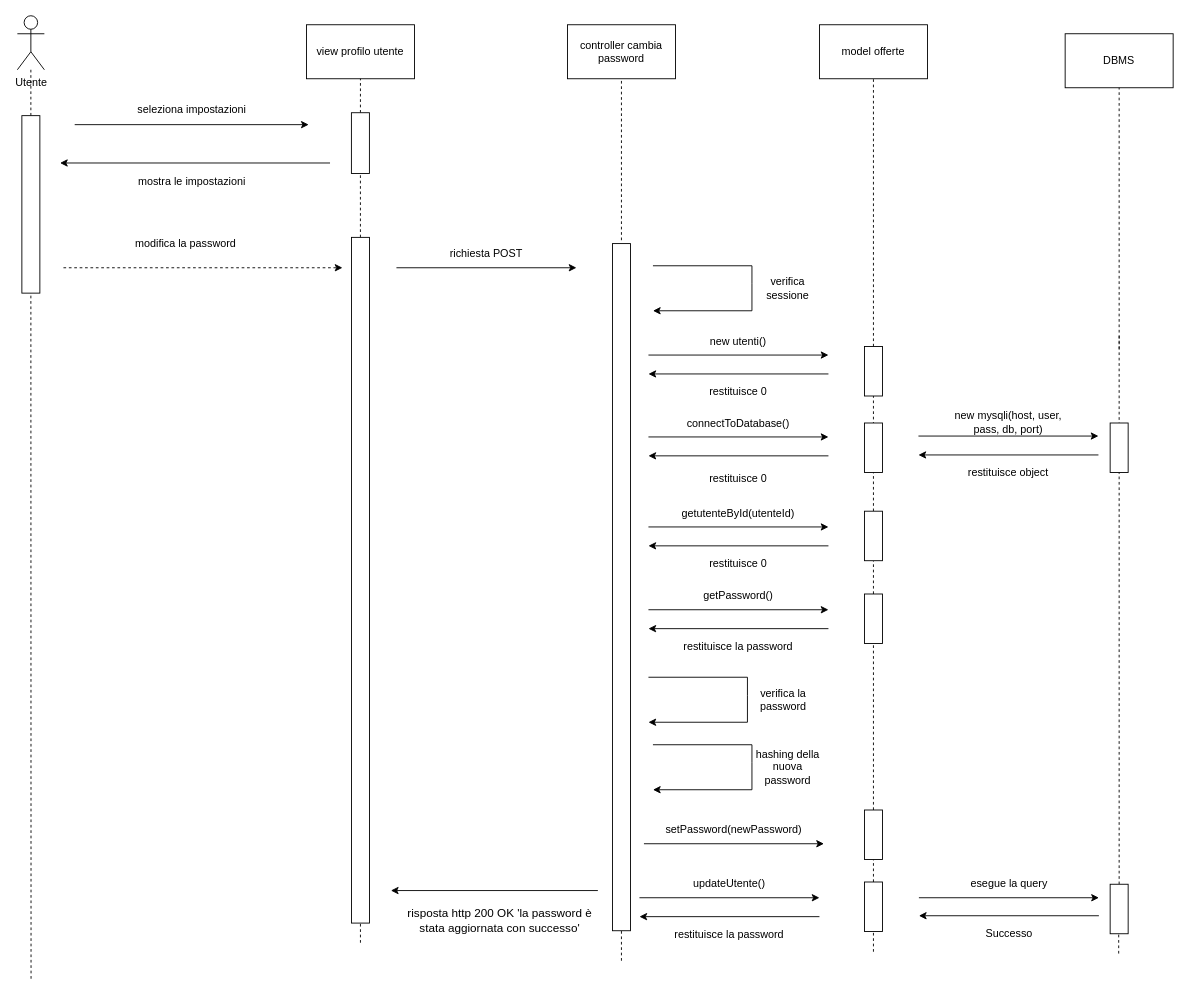
This is schemi/user/cambia password.drawio from Mute491/bitByte, a draw.io file, before an edit. Source tidied: cells renumbered, new cells numbered last; positions are measured from the earlier drawing's top-left corner, leaving out a move shared by most shapes. Both pictures are drawn from the tidied source at 90%, with x=0, y=0 at pixel (-58, 15).
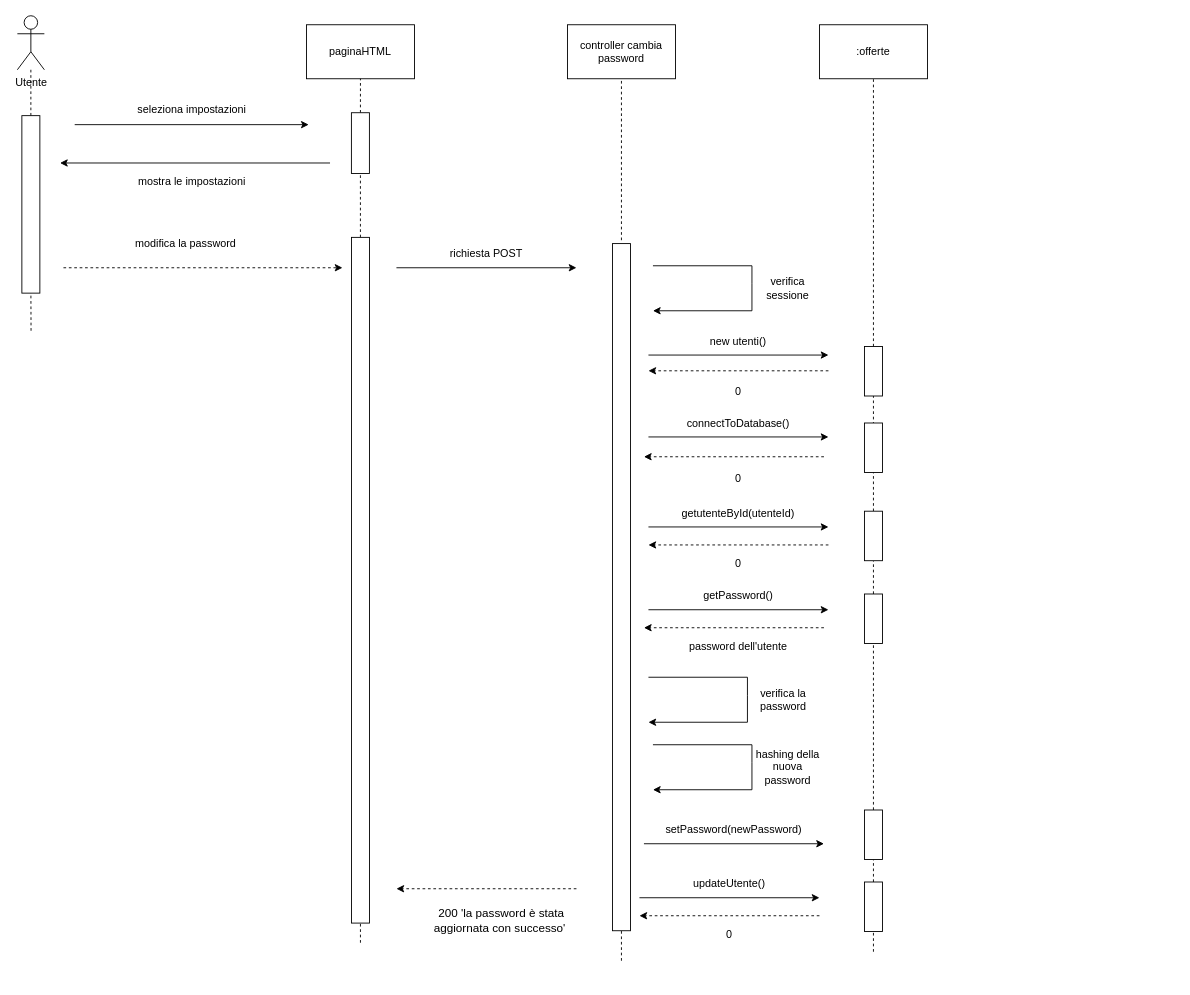
The same diagram, later.

Unchanged cells that the change refers to:
```xml
<mxCell id="30" style="rounded=0;whiteSpace=wrap;html=1;rotation=90;" parent="1" vertex="1">
  <mxGeometry x="0.2" y="199.6" width="197.2" height="20" as="geometry" />
</mxCell>
```

Change to the diagram source:
```diff
@@
-    <mxCell id="6" value="model offerte" style="rounded=0;whiteSpace=wrap;html=1;" parent="1" vertex="1">
+    <mxCell id="6" value=":offerte" style="rounded=0;whiteSpace=wrap;html=1;" parent="1" vertex="1">
       <mxGeometry x="975" y="10" width="120" height="60" as="geometry" />
     </mxCell>
@@
-    <mxCell id="12" style="endArrow=classic;html=1;rounded=0;" parent="1" edge="1">
-      <mxGeometry relative="1" as="geometry">
-        <mxPoint x="985" y="398" as="sourcePoint" />
-        <mxPoint x="785" y="398" as="targetPoint" />
-      </mxGeometry>
-    </mxCell>
-    <mxCell id="13" value="restituisce 0" style="text;html=1;align=center;verticalAlign=middle;whiteSpace=wrap;rounded=0;" parent="1" vertex="1">
+    <mxCell id="13" value="&lt;div&gt;&lt;span style=&quot;background-color: transparent; color: light-dark(rgb(0, 0, 0), rgb(255, 255, 255));&quot;&gt;0&lt;/span&gt;&lt;br&gt;&lt;/div&gt;" style="text;html=1;align=center;verticalAlign=middle;whiteSpace=wrap;rounded=0;" parent="1" vertex="1">
       <mxGeometry x="815" y="403" width="140" height="30" as="geometry" />
     </mxCell>
@@
-    <mxCell id="18" style="endArrow=classic;html=1;rounded=0;" parent="1" edge="1">
-      <mxGeometry relative="1" as="geometry">
-        <mxPoint x="985" y="489" as="sourcePoint" />
-        <mxPoint x="785" y="489" as="targetPoint" />
-      </mxGeometry>
-    </mxCell>
-    <mxCell id="19" value="restituisce 0" style="text;html=1;align=center;verticalAlign=middle;whiteSpace=wrap;rounded=0;" parent="1" vertex="1">
+    <mxCell id="19" value="0" style="text;html=1;align=center;verticalAlign=middle;whiteSpace=wrap;rounded=0;" parent="1" vertex="1">
       <mxGeometry x="815" y="500" width="140" height="30" as="geometry" />
     </mxCell>
@@
-    <mxCell id="23" style="endArrow=classic;html=1;rounded=0;" parent="1" edge="1">
-      <mxGeometry relative="1" as="geometry">
-        <mxPoint x="985" y="589" as="sourcePoint" />
-        <mxPoint x="785" y="589" as="targetPoint" />
-      </mxGeometry>
-    </mxCell>
-    <mxCell id="24" value="restituisce 0" style="text;html=1;align=center;verticalAlign=middle;whiteSpace=wrap;rounded=0;" parent="1" vertex="1">
+    <mxCell id="24" value="0" style="text;html=1;align=center;verticalAlign=middle;whiteSpace=wrap;rounded=0;" parent="1" vertex="1">
       <mxGeometry x="815" y="594" width="140" height="30" as="geometry" />
     </mxCell>
-    <mxCell id="25" value="view profilo utente" style="rounded=0;whiteSpace=wrap;html=1;" parent="1" vertex="1">
+    <mxCell id="25" value="paginaHTML" style="rounded=0;whiteSpace=wrap;html=1;" parent="1" vertex="1">
       <mxGeometry x="405" y="10" width="120" height="60" as="geometry" />
     </mxCell>
@@
     <mxCell id="29" style="endArrow=none;dashed=1;html=1;rounded=0;" parent="1" edge="1" target="30">
       <mxGeometry relative="1" as="geometry">
-        <mxPoint x="99" y="1070" as="sourcePoint" />
+        <mxPoint x="99" y="350" as="sourcePoint" />
         <Array as="points">
           <mxPoint x="98.8" y="301" />
         </Array>
       </mxGeometry>
     </mxCell>
@@
-    <mxCell id="44" style="endArrow=classic;html=1;rounded=0;" parent="1" edge="1">
-      <mxGeometry relative="1" as="geometry">
-        <mxPoint x="985" y="681" as="sourcePoint" />
-        <mxPoint x="785" y="681" as="targetPoint" />
-      </mxGeometry>
-    </mxCell>
-    <mxCell id="45" value="restituisce la password" style="text;html=1;align=center;verticalAlign=middle;whiteSpace=wrap;rounded=0;" parent="1" vertex="1">
+    <mxCell id="45" value="password dell'utente" style="text;html=1;align=center;verticalAlign=middle;whiteSpace=wrap;rounded=0;" parent="1" vertex="1">
       <mxGeometry x="815" y="686" width="140" height="30" as="geometry" />
     </mxCell>
@@
-    <mxCell id="55" style="endArrow=classic;html=1;rounded=0;" parent="1" edge="1">
-      <mxGeometry relative="1" as="geometry">
-        <mxPoint x="975" y="1001" as="sourcePoint" />
-        <mxPoint x="775" y="1001" as="targetPoint" />
-      </mxGeometry>
-    </mxCell>
-    <mxCell id="56" value="restituisce la password" style="text;html=1;align=center;verticalAlign=middle;whiteSpace=wrap;rounded=0;" parent="1" vertex="1">
+    <mxCell id="56" value="0" style="text;html=1;align=center;verticalAlign=middle;whiteSpace=wrap;rounded=0;" parent="1" vertex="1">
       <mxGeometry x="805" y="1006" width="140" height="30" as="geometry" />
     </mxCell>
@@
-    <mxCell id="61" style="endArrow=classic;html=1;rounded=0;" parent="1" edge="1">
-      <mxGeometry relative="1" as="geometry">
-        <mxPoint x="728.8" y="972" as="sourcePoint" />
-        <mxPoint x="498.8" y="972" as="targetPoint" />
-      </mxGeometry>
-    </mxCell>
-    <mxCell id="62" value="&lt;span style=&quot;font-size: 13px;&quot;&gt;risposta http 200 OK 'la password è stata aggiornata con successo'&lt;/span&gt;" style="text;html=1;align=center;verticalAlign=middle;whiteSpace=wrap;rounded=0;" parent="1" vertex="1">
+    <mxCell id="62" value="&lt;span style=&quot;font-size: 13px;&quot;&gt;&amp;nbsp;200 'la password è stata aggiornata con successo'&lt;/span&gt;" style="text;html=1;align=center;verticalAlign=middle;whiteSpace=wrap;rounded=0;" parent="1" vertex="1">
       <mxGeometry x="515" y="990" width="210" height="30" as="geometry" />
     </mxCell>
@@
-    <mxCell id="64" value="DBMS" style="rounded=0;whiteSpace=wrap;html=1;" parent="1" vertex="1">
-      <mxGeometry x="1248" y="20" width="120" height="60" as="geometry" />
-    </mxCell>
-    <mxCell id="65" style="endArrow=none;dashed=1;html=1;rounded=0;entryX=0.5;entryY=1;entryDx=0;entryDy=0;" parent="1" edge="1" target="64">
-      <mxGeometry relative="1" as="geometry">
-        <mxPoint x="1308" y="370" as="sourcePoint" />
-      </mxGeometry>
-    </mxCell>
-    <mxCell id="66" style="endArrow=none;dashed=1;html=1;rounded=0;" parent="1" edge="1" source="73">
-      <mxGeometry relative="1" as="geometry">
-        <mxPoint x="1308" y="353.5" as="targetPoint" />
-      </mxGeometry>
-    </mxCell>
-    <mxCell id="67" style="rounded=0;whiteSpace=wrap;html=1;rotation=90;" parent="1" vertex="1">
-      <mxGeometry x="1280.5" y="470" width="55" height="20" as="geometry" />
-    </mxCell>
-    <mxCell id="68" style="endArrow=classic;html=1;rounded=0;" parent="1" edge="1">
-      <mxGeometry relative="1" as="geometry">
-        <mxPoint x="1085" y="467" as="sourcePoint" />
-        <mxPoint x="1285" y="467" as="targetPoint" />
-      </mxGeometry>
-    </mxCell>
-    <mxCell id="69" value="new mysqli(host, user, pass, db, port)" style="text;html=1;align=center;verticalAlign=middle;whiteSpace=wrap;rounded=0;" parent="1" vertex="1">
-      <mxGeometry x="1115" y="437" width="140" height="30" as="geometry" />
-    </mxCell>
-    <mxCell id="70" style="endArrow=classic;html=1;rounded=0;" parent="1" edge="1">
-      <mxGeometry relative="1" as="geometry">
-        <mxPoint x="1285" y="488" as="sourcePoint" />
-        <mxPoint x="1085" y="488" as="targetPoint" />
-      </mxGeometry>
-    </mxCell>
-    <mxCell id="71" value="restituisce object" style="text;html=1;align=center;verticalAlign=middle;whiteSpace=wrap;rounded=0;" parent="1" vertex="1">
-      <mxGeometry x="1115" y="493" width="140" height="30" as="geometry" />
-    </mxCell>
-    <mxCell id="72" style="endArrow=none;dashed=1;html=1;rounded=0;" parent="1" edge="1" target="73">
-      <mxGeometry relative="1" as="geometry">
-        <mxPoint x="1308" y="970" as="sourcePoint" />
-      </mxGeometry>
-    </mxCell>
-    <mxCell id="73" style="rounded=0;whiteSpace=wrap;html=1;rotation=90;" parent="1" vertex="1">
-      <mxGeometry x="1280.5" y="982.5" width="55" height="20" as="geometry" />
-    </mxCell>
-    <mxCell id="74" style="endArrow=classic;html=1;rounded=0;" parent="1" edge="1">
-      <mxGeometry relative="1" as="geometry">
-        <mxPoint x="1085.5" y="980" as="sourcePoint" />
-        <mxPoint x="1285.5" y="980" as="targetPoint" />
-      </mxGeometry>
-    </mxCell>
-    <mxCell id="75" value="esegue la query" style="text;html=1;align=center;verticalAlign=middle;whiteSpace=wrap;rounded=0;" parent="1" vertex="1">
-      <mxGeometry x="1115.5" y="950" width="140" height="30" as="geometry" />
-    </mxCell>
-    <mxCell id="76" style="endArrow=classic;html=1;rounded=0;" parent="1" edge="1">
-      <mxGeometry relative="1" as="geometry">
-        <mxPoint x="1285.5" y="1000" as="sourcePoint" />
-        <mxPoint x="1085.5" y="1000" as="targetPoint" />
-      </mxGeometry>
-    </mxCell>
-    <mxCell id="77" value="Successo" style="text;html=1;align=center;verticalAlign=middle;whiteSpace=wrap;rounded=0;" parent="1" vertex="1">
-      <mxGeometry x="1115.5" y="1005" width="140" height="30" as="geometry" />
-    </mxCell>
-    <mxCell id="78" style="endArrow=none;dashed=1;html=1;rounded=0;" parent="1" edge="1">
-      <mxGeometry relative="1" as="geometry">
-        <mxPoint x="1307.5" y="1042" as="sourcePoint" />
-        <mxPoint x="1307.5" y="1020" as="targetPoint" />
-      </mxGeometry>
-    </mxCell>
@@
+    <mxCell id="81" style="html=1;labelBackgroundColor=#ffffff;startArrow=none;startFill=0;startSize=6;endArrow=classic;endFill=1;endSize=6;jettySize=auto;orthogonalLoop=1;strokeWidth=1;dashed=1;fontSize=14;rounded=0;" parent="1" edge="1">
+      <mxGeometry relative="1" as="geometry">
+        <mxPoint x="705" y="970" as="sourcePoint" />
+        <mxPoint x="505" y="970" as="targetPoint" />
+      </mxGeometry>
+    </mxCell>
+    <mxCell id="82" style="html=1;labelBackgroundColor=#ffffff;startArrow=none;startFill=0;startSize=6;endArrow=classic;endFill=1;endSize=6;jettySize=auto;orthogonalLoop=1;strokeWidth=1;dashed=1;fontSize=14;rounded=0;" parent="1" edge="1">
+      <mxGeometry relative="1" as="geometry">
+        <mxPoint x="975" y="1000" as="sourcePoint" />
+        <mxPoint x="775" y="1000" as="targetPoint" />
+      </mxGeometry>
+    </mxCell>
+    <mxCell id="83" style="html=1;labelBackgroundColor=#ffffff;startArrow=none;startFill=0;startSize=6;endArrow=classic;endFill=1;endSize=6;jettySize=auto;orthogonalLoop=1;strokeWidth=1;dashed=1;fontSize=14;rounded=0;" parent="1" edge="1">
+      <mxGeometry relative="1" as="geometry">
+        <mxPoint x="980" y="680" as="sourcePoint" />
+        <mxPoint x="780" y="680" as="targetPoint" />
+      </mxGeometry>
+    </mxCell>
+    <mxCell id="84" style="html=1;labelBackgroundColor=#ffffff;startArrow=none;startFill=0;startSize=6;endArrow=classic;endFill=1;endSize=6;jettySize=auto;orthogonalLoop=1;strokeWidth=1;dashed=1;fontSize=14;rounded=0;" parent="1" edge="1">
+      <mxGeometry relative="1" as="geometry">
+        <mxPoint x="985" y="588" as="sourcePoint" />
+        <mxPoint x="785" y="588" as="targetPoint" />
+      </mxGeometry>
+    </mxCell>
+    <mxCell id="85" style="html=1;labelBackgroundColor=#ffffff;startArrow=none;startFill=0;startSize=6;endArrow=classic;endFill=1;endSize=6;jettySize=auto;orthogonalLoop=1;strokeWidth=1;dashed=1;fontSize=14;rounded=0;" parent="1" edge="1">
+      <mxGeometry relative="1" as="geometry">
+        <mxPoint x="980" y="490" as="sourcePoint" />
+        <mxPoint x="780" y="490" as="targetPoint" />
+      </mxGeometry>
+    </mxCell>
+    <mxCell id="86" style="html=1;labelBackgroundColor=#ffffff;startArrow=none;startFill=0;startSize=6;endArrow=classic;endFill=1;endSize=6;jettySize=auto;orthogonalLoop=1;strokeWidth=1;dashed=1;fontSize=14;rounded=0;" parent="1" edge="1">
+      <mxGeometry relative="1" as="geometry">
+        <mxPoint x="985" y="394.5" as="sourcePoint" />
+        <mxPoint x="785" y="394.5" as="targetPoint" />
+      </mxGeometry>
+    </mxCell>
```
